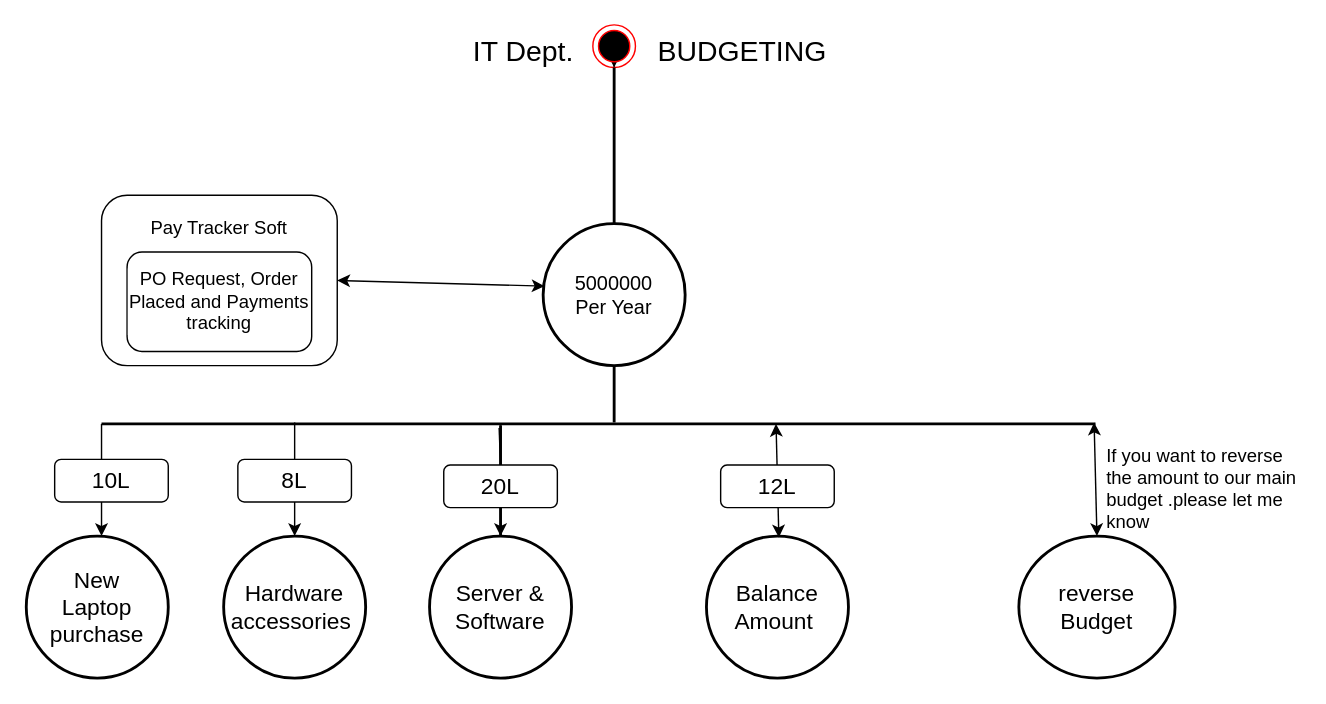
The draw.io diagram Budget Diagram.drawio in Gowthamguru/demo, before the edit. Source tidied: cells renumbered, new cells numbered last; positions are measured from the earlier drawing's top-left corner, leaving out a move shared by most shapes. Both pictures are drawn from the tidied source at 142%, with x=0, y=0 at pixel (26, 24).
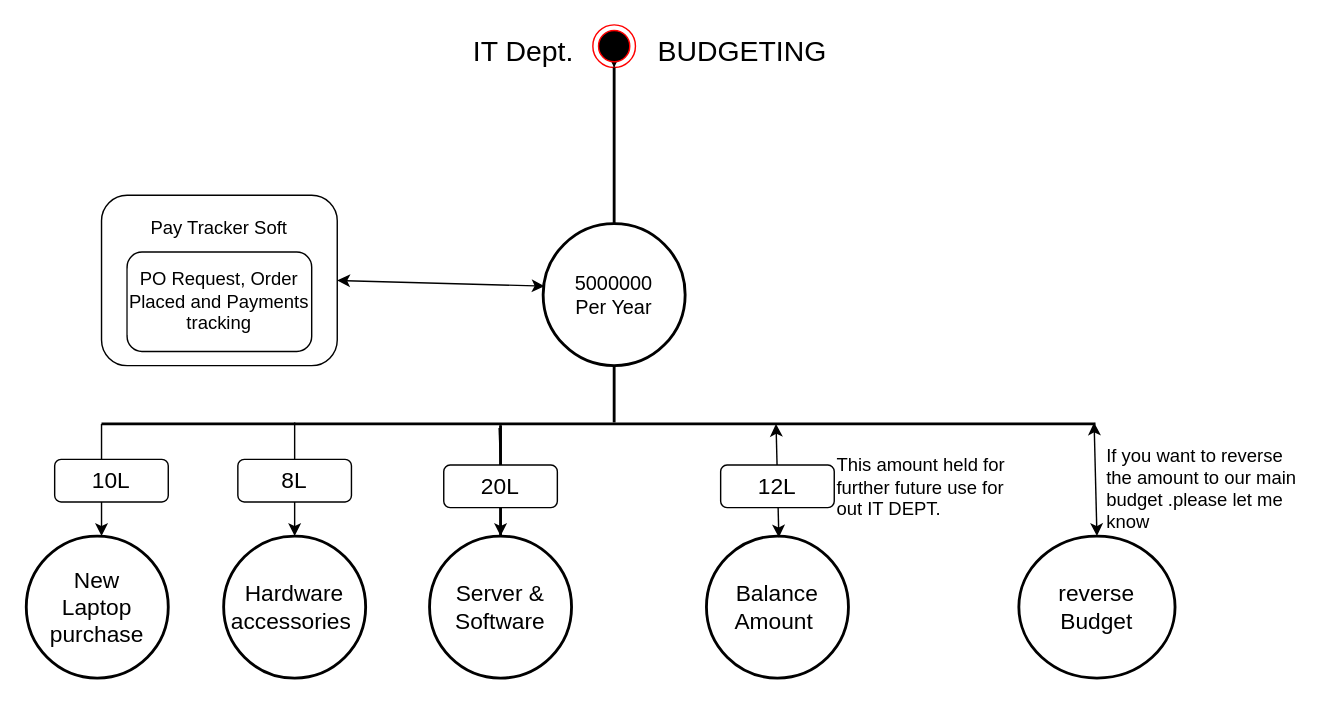
After the change.

The edit, as a diff of the source:
```diff
@@
+    <mxCell id="30" value="This amount held for&amp;nbsp;&lt;br&gt;further future use for out IT DEPT." style="text;whiteSpace=wrap;html=1;fontSize=13;fontColor=#000000;" parent="1" vertex="1">
+      <mxGeometry x="569" y="296" width="140" height="64" as="geometry" />
+    </mxCell>
```
